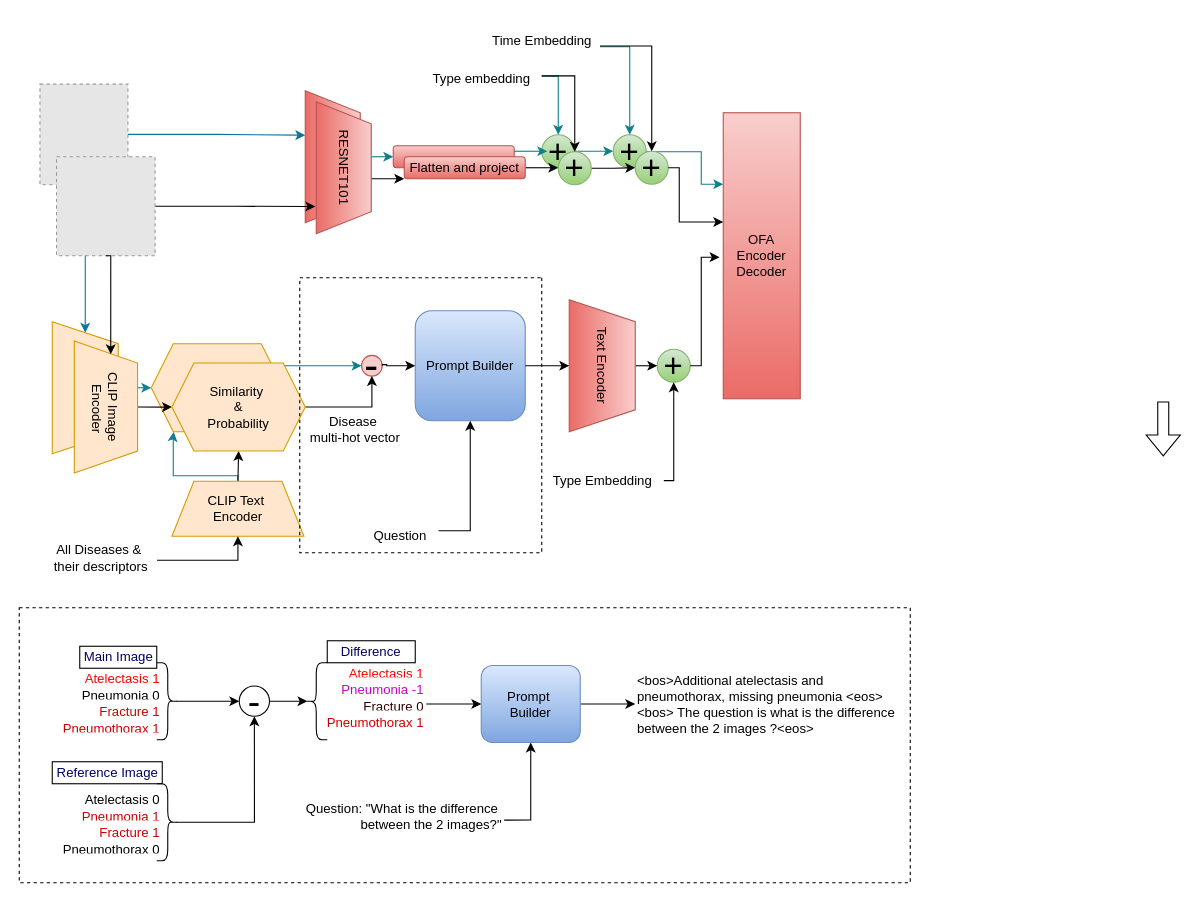
Above: page "Page-1" (1 of 2) of figure/Untitled Diagram.drawio in sebtum/context-aware-diffvqa (draw.io), before the change. Source tidied: cells renumbered, new cells numbered last; positions are measured from the earlier drawing's top-left corner, leaving out a move shared by most shapes. Both pictures are drawn from the tidied source at 110%, with x=0, y=0 at pixel (19, 24). Pictures stored in the file or linked from it are replaced by grey dashed boxes.
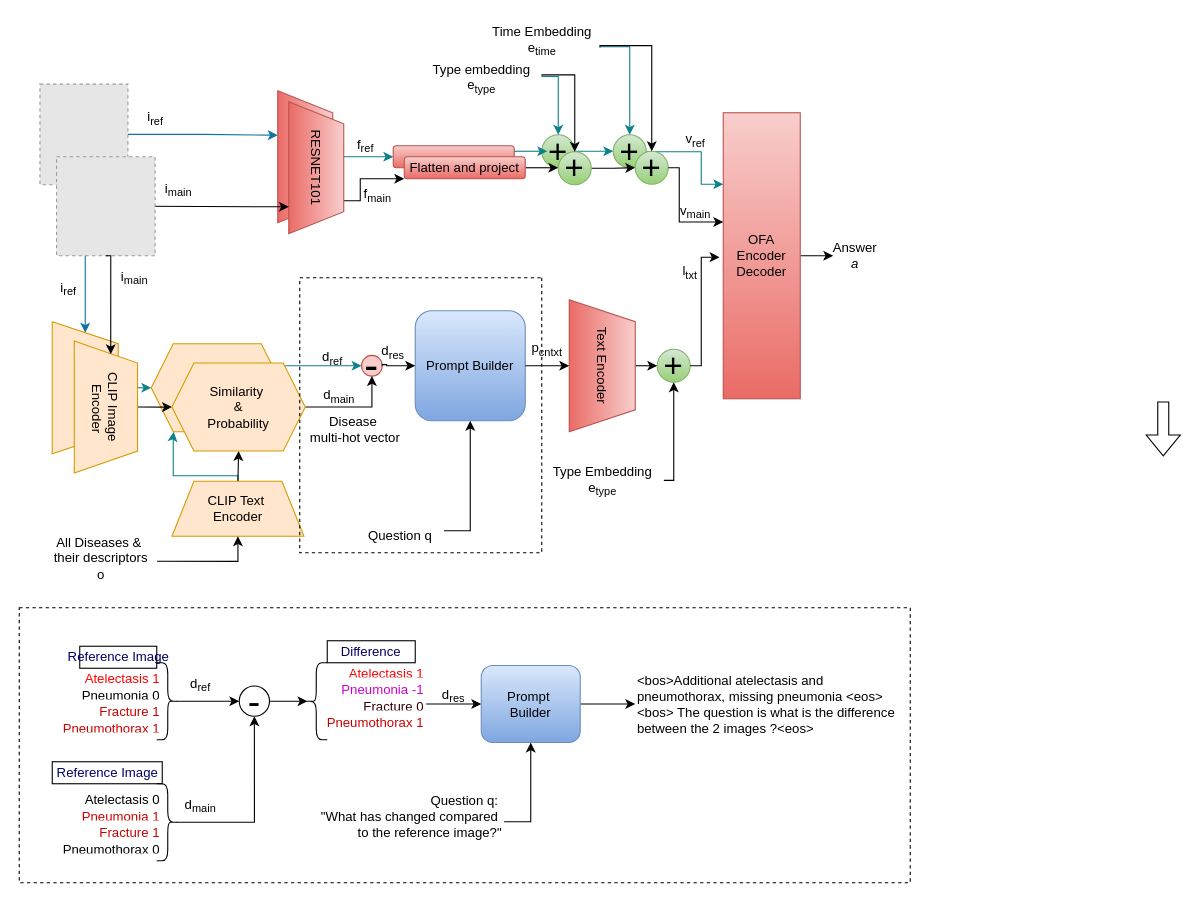
The same diagram, later.

Unchanged cells that the change refers to:
```xml
<mxCell id="22" value="OFA&lt;div&gt;Encoder&lt;/div&gt;&lt;div&gt;Decoder&lt;/div&gt;" style="rounded=0;whiteSpace=wrap;html=1;fillColor=#f8cecc;gradientColor=#ea6b66;strokeColor=#b85450;" parent="1" vertex="1">
  <mxGeometry x="640" y="80" width="70" height="260" as="geometry" />
</mxCell>
<mxCell id="39" style="fillColor=#E6E6E6;strokeColor=#999999;dashed=1;verticalLabelPosition=bottom;labelBackgroundColor=default;verticalAlign=top;" parent="1" vertex="1">
  <mxGeometry x="33.9" y="120" width="89.6" height="90" as="geometry" />
</mxCell>
```

Diff of the diagram source:
```diff
@@
-    <mxCell id="4" value="&lt;font style=&quot;color: rgb(0, 0, 102);&quot;&gt;Main Image&lt;/font&gt;" style="text;html=1;align=center;verticalAlign=middle;strokeColor=none;fillColor=none;" parent="1" vertex="1">
-      <mxGeometry x="45" y="560" width="90" height="30" as="geometry" />
+    <mxCell id="4" value="&lt;font style=&quot;color: rgb(0, 0, 102);&quot;&gt;Reference Image&lt;/font&gt;" style="text;html=1;align=center;verticalAlign=middle;strokeColor=none;fillColor=none;" parent="1" vertex="1">
+      <mxGeometry x="30" y="560" width="120" height="30" as="geometry" />
     </mxCell>
@@
     <mxCell id="11" style="shape=trapezoid;perimeter=trapezoidPerimeter;whiteSpace=wrap;html=1;fixedSize=1;rotation=90;fillColor=#f8cecc;gradientColor=#ea6b66;strokeColor=#b85450;" parent="1" vertex="1">
-      <mxGeometry x="225" y="95" width="120" height="50" as="geometry" />
+      <mxGeometry x="200" y="95" width="120" height="50" as="geometry" />
     </mxCell>
@@
+    <mxCell id="105" style="edgeStyle=orthogonalEdgeStyle;rounded=0;jettySize=auto;html=1;exitX=1;exitY=0.5;exitDx=0;exitDy=0;" parent="1" edge="1" source="22" target="119">
+      <mxGeometry relative="1" as="geometry" />
+    </mxCell>
@@
     <mxCell id="24" value="RESNET101" style="shape=trapezoid;perimeter=trapezoidPerimeter;whiteSpace=wrap;html=1;fixedSize=1;rotation=90;fillColor=#f8cecc;gradientColor=#ea6b66;strokeColor=#b85450;" parent="1" vertex="1">
-      <mxGeometry x="235" y="105" width="120" height="50" as="geometry" />
+      <mxGeometry x="210" y="105" width="120" height="50" as="geometry" />
     </mxCell>
@@
-    <mxCell id="38" style="edgeStyle=orthogonalEdgeStyle;rounded=0;jettySize=auto;html=1;entryX=0.794;entryY=1.017;entryDx=0;entryDy=0;entryPerimeter=0;" parent="1" edge="1" source="39" target="24">
-      <mxGeometry relative="1" as="geometry" />
+    <mxCell id="38" style="edgeStyle=orthogonalEdgeStyle;rounded=0;jettySize=auto;html=1;entryX=0.796;entryY=0.998;entryDx=0;entryDy=0;entryPerimeter=0;" parent="1" edge="1" target="24">
+      <mxGeometry relative="1" as="geometry">
+        <mxPoint x="114.4" y="165" as="sourcePoint" />
+      </mxGeometry>
     </mxCell>
@@
-    <mxCell id="41" value="Question" style="text;html=1;align=center;verticalAlign=middle;points=[];strokeColor=none;fillColor=none;" parent="1" vertex="1">
-      <mxGeometry x="311.2" y="450" width="70" height="30" as="geometry" />
+    <mxCell id="41" value="Question q" style="text;html=1;align=center;verticalAlign=middle;points=[];strokeColor=none;fillColor=none;" parent="1" vertex="1">
+      <mxGeometry x="306.2" y="450" width="80" height="30" as="geometry" />
     </mxCell>
@@
-    <mxCell id="44" value="Type embedding" style="text;html=1;align=center;verticalAlign=middle;points=[];strokeColor=none;fillColor=none;" parent="1" vertex="1">
-      <mxGeometry x="365" y="34" width="110" height="30" as="geometry" />
+    <mxCell id="44" value="Type embedding&lt;div&gt;e&lt;sub&gt;type&lt;/sub&gt;&lt;/div&gt;" style="text;html=1;align=center;verticalAlign=middle;points=[];strokeColor=none;fillColor=none;" parent="1" vertex="1">
+      <mxGeometry x="365" y="29" width="110" height="40" as="geometry" />
     </mxCell>
-    <mxCell id="45" value="Time Embedding" style="text;html=1;align=center;verticalAlign=middle;points=[];strokeColor=none;fillColor=none;" parent="1" vertex="1">
-      <mxGeometry x="420" width="110" height="30" as="geometry" />
+    <mxCell id="45" value="Time Embedding&lt;div&gt;e&lt;sub&gt;time&lt;/sub&gt;&lt;/div&gt;" style="text;html=1;align=center;verticalAlign=middle;points=[];strokeColor=none;fillColor=none;" parent="1" vertex="1">
+      <mxGeometry x="420" y="-5" width="110" height="40" as="geometry" />
     </mxCell>
@@
-    <mxCell id="54" value="Type Embedding" style="text;html=1;align=center;verticalAlign=middle;points=[];strokeColor=none;fillColor=none;" parent="1" vertex="1">
-      <mxGeometry x="475" y="400" width="110" height="30" as="geometry" />
+    <mxCell id="54" value="Type Embedding&lt;div&gt;e&lt;sub&gt;type&lt;/sub&gt;&lt;/div&gt;" style="text;html=1;align=center;verticalAlign=middle;points=[];strokeColor=none;fillColor=none;" parent="1" vertex="1">
+      <mxGeometry x="475" y="395" width="110" height="40" as="geometry" />
     </mxCell>
@@
-    <mxCell id="57" value="All Diseases &amp;amp;&amp;nbsp;&lt;div&gt;their descriptors&lt;/div&gt;" style="text;html=1;align=center;verticalAlign=middle;points=[];strokeColor=none;fillColor=none;" parent="1" vertex="1">
-      <mxGeometry x="18.8" y="465" width="110" height="40" as="geometry" />
+    <mxCell id="57" value="All Diseases &amp;amp;&amp;nbsp;&lt;div&gt;their descriptors&lt;/div&gt;&lt;div&gt;o&lt;/div&gt;" style="text;html=1;align=center;verticalAlign=middle;points=[];strokeColor=none;fillColor=none;" parent="1" vertex="1">
+      <mxGeometry x="18.8" y="455" width="110" height="60" as="geometry" />
     </mxCell>
@@
-    <mxCell id="96" value="Question: &quot;What is the difference&amp;nbsp;&lt;div&gt;between the 2 images?&quot;&lt;/div&gt;" style="text;html=1;align=right;verticalAlign=middle;points=[];strokeColor=none;fillColor=none;" parent="1" vertex="1">
-      <mxGeometry x="240" y="700" width="200" height="40" as="geometry" />
+    <mxCell id="96" value="Question q:&amp;nbsp;&lt;div&gt;&quot;What has changed&amp;nbsp;&lt;span style=&quot;background-color: transparent; color: light-dark(rgb(0, 0, 0), rgb(255, 255, 255));&quot;&gt;compared&amp;nbsp;&lt;/span&gt;&lt;/div&gt;&lt;div&gt;&lt;span style=&quot;background-color: transparent; color: light-dark(rgb(0, 0, 0), rgb(255, 255, 255));&quot;&gt;to the reference image&lt;/span&gt;&lt;span style=&quot;background-color: transparent; color: light-dark(rgb(0, 0, 0), rgb(255, 255, 255));&quot;&gt;?&quot;&lt;/span&gt;&lt;/div&gt;" style="text;html=1;align=right;verticalAlign=middle;points=[];strokeColor=none;fillColor=none;" parent="1" vertex="1">
+      <mxGeometry x="250" y="690" width="190" height="60" as="geometry" />
     </mxCell>
@@
+    <mxCell id="106" value="i&lt;sub&gt;main&lt;/sub&gt;" style="text;html=1;align=center;verticalAlign=middle;whiteSpace=wrap;rounded=0;" parent="1" vertex="1">
+      <mxGeometry x="130" y="140" width="30" height="20" as="geometry" />
+    </mxCell>
+    <mxCell id="107" value="i&lt;sub&gt;ref&lt;/sub&gt;" style="text;html=1;align=center;verticalAlign=middle;whiteSpace=wrap;rounded=0;" parent="1" vertex="1">
+      <mxGeometry x="108.8" y="75" width="30" height="20" as="geometry" />
+    </mxCell>
+    <mxCell id="108" value="v&lt;sub&gt;ref&lt;/sub&gt;" style="text;html=1;align=center;verticalAlign=middle;whiteSpace=wrap;rounded=0;" parent="1" vertex="1">
+      <mxGeometry x="600" y="95" width="30" height="20" as="geometry" />
+    </mxCell>
+    <mxCell id="109" value="i&lt;sub&gt;ref&lt;/sub&gt;" style="text;html=1;align=center;verticalAlign=middle;whiteSpace=wrap;rounded=0;" parent="1" vertex="1">
+      <mxGeometry x="30" y="230" width="30" height="20" as="geometry" />
+    </mxCell>
+    <mxCell id="110" value="i&lt;sub&gt;main&lt;/sub&gt;" style="text;html=1;align=center;verticalAlign=middle;whiteSpace=wrap;rounded=0;" parent="1" vertex="1">
+      <mxGeometry x="90" y="220" width="30" height="20" as="geometry" />
+    </mxCell>
+    <mxCell id="111" value="v&lt;sub&gt;main&lt;/sub&gt;" style="text;html=1;align=center;verticalAlign=middle;whiteSpace=wrap;rounded=0;" parent="1" vertex="1">
+      <mxGeometry x="600" y="160" width="30" height="20" as="geometry" />
+    </mxCell>
+    <mxCell id="112" value="l&lt;sub&gt;txt&lt;/sub&gt;" style="text;html=1;align=center;verticalAlign=middle;whiteSpace=wrap;rounded=0;" parent="1" vertex="1">
+      <mxGeometry x="600" y="210" width="20" height="30" as="geometry" />
+    </mxCell>
+    <mxCell id="113" value="d&lt;sub&gt;ref&lt;/sub&gt;" style="text;html=1;align=center;verticalAlign=middle;whiteSpace=wrap;rounded=0;" parent="1" vertex="1">
+      <mxGeometry x="270" y="290" width="30" height="25" as="geometry" />
+    </mxCell>
+    <mxCell id="114" value="d&lt;sub&gt;main&lt;/sub&gt;" style="text;html=1;align=center;verticalAlign=middle;whiteSpace=wrap;rounded=0;" parent="1" vertex="1">
+      <mxGeometry x="276.2" y="325" width="30" height="25" as="geometry" />
+    </mxCell>
+    <mxCell id="115" value="d&lt;sub&gt;res&lt;/sub&gt;" style="text;html=1;align=center;verticalAlign=middle;whiteSpace=wrap;rounded=0;" parent="1" vertex="1">
+      <mxGeometry x="325" y="287.5" width="30" height="20" as="geometry" />
+    </mxCell>
+    <mxCell id="116" value="p&lt;sub&gt;cntxt&lt;/sub&gt;" style="text;html=1;align=center;verticalAlign=middle;whiteSpace=wrap;rounded=0;" parent="1" vertex="1">
+      <mxGeometry x="450" y="280" width="60" height="30" as="geometry" />
+    </mxCell>
+    <mxCell id="117" value="f&lt;sub&gt;main&lt;/sub&gt;" style="text;html=1;align=center;verticalAlign=middle;whiteSpace=wrap;rounded=0;" parent="1" vertex="1">
+      <mxGeometry x="311.2" y="145" width="30" height="20" as="geometry" />
+    </mxCell>
+    <mxCell id="118" value="f&lt;sub&gt;ref&lt;/sub&gt;" style="text;html=1;align=center;verticalAlign=middle;whiteSpace=wrap;rounded=0;" parent="1" vertex="1">
+      <mxGeometry x="300" y="100" width="30" height="20" as="geometry" />
+    </mxCell>
+    <mxCell id="119" value="Answer&lt;div&gt;&lt;i&gt;a&lt;/i&gt;&lt;/div&gt;" style="text;html=1;align=center;verticalAlign=middle;whiteSpace=wrap;rounded=0;" parent="1" vertex="1">
+      <mxGeometry x="740" y="195" width="40" height="30" as="geometry" />
+    </mxCell>
+    <mxCell id="120" value="d&lt;sub&gt;res&lt;/sub&gt;" style="text;html=1;align=center;verticalAlign=middle;whiteSpace=wrap;rounded=0;" parent="1" vertex="1">
+      <mxGeometry x="380" y="600" width="30" height="20" as="geometry" />
+    </mxCell>
+    <mxCell id="121" value="d&lt;sub&gt;ref&lt;/sub&gt;" style="text;html=1;align=center;verticalAlign=middle;whiteSpace=wrap;rounded=0;" parent="1" vertex="1">
+      <mxGeometry x="150" y="590" width="30" height="20" as="geometry" />
+    </mxCell>
+    <mxCell id="122" value="d&lt;sub&gt;main&lt;/sub&gt;" style="text;html=1;align=center;verticalAlign=middle;whiteSpace=wrap;rounded=0;" parent="1" vertex="1">
+      <mxGeometry x="150" y="700" width="30" height="20" as="geometry" />
+    </mxCell>
```
